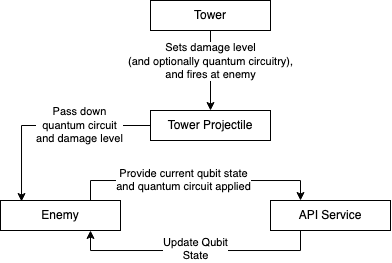
Before: docs/milestone-1/enemy-projectile-api.png, a diagram exported from draw.io (quantum-defence/quantum-defence). Source tidied: cells renumbered, new cells last; positions are measured from the earlier drawing's top-left corner, leaving out a move shared by most shapes.
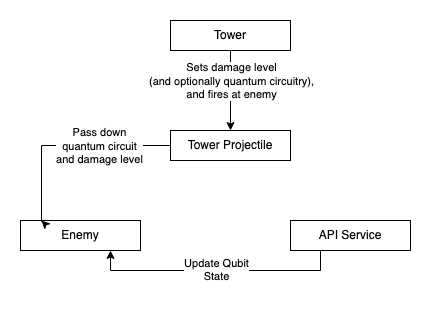
After the commit.

Commit message:
Change png to white background

The edit, as a diff of the source:
```diff
@@ -10,6 +10,9 @@
         <mxPoint x="5" y="1" as="offset" />
       </mxGeometry>
     </mxCell>
+    <mxCell id="14" style="rounded=0;whiteSpace=wrap;html=1;strokeColor=none;" parent="1" vertex="1">
+      <mxGeometry x="-20" y="-20" width="440" height="310" as="geometry" />
+    </mxCell>
     <mxCell id="4" value="Enemy" style="rounded=0;whiteSpace=wrap;html=1;" parent="1" vertex="1">
       <mxGeometry y="200" width="120" height="30" as="geometry" />
     </mxCell>
@@ -18,7 +21,7 @@
     </mxCell>
     <mxCell id="6" value="&lt;div&gt;Sets damage level &lt;br&gt;&lt;/div&gt;&lt;div&gt;(and optionally quantum circuitry),&lt;/div&gt;&lt;div&gt;and fires at enemy&lt;/div&gt;" style="edgeLabel;html=1;align=center;verticalAlign=middle;" parent="5" vertex="1">
       <mxGeometry x="-0.49" relative="1" as="geometry">
-        <mxPoint y="10" as="offset" />
+        <mxPoint y="9" as="offset" />
       </mxGeometry>
     </mxCell>
     <mxCell id="7" value="Tower" style="rounded=0;whiteSpace=wrap;html=1;" parent="1" vertex="1">
```
